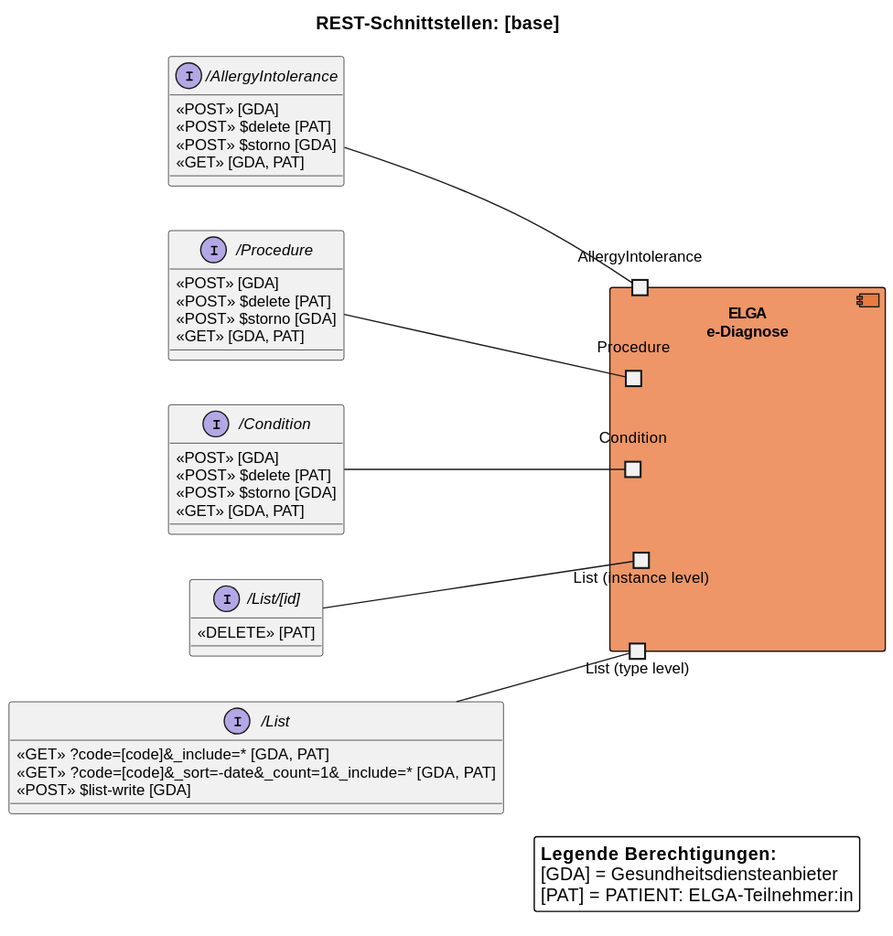
HL7Austria/hl7austria.github.io keeps this PlantUML diagram as r4-ELGA-e-Diagnose-4-lesende-zugriffe-get-vs-operation/plantuml/interaction_overview.svg. Above is the earlier version.
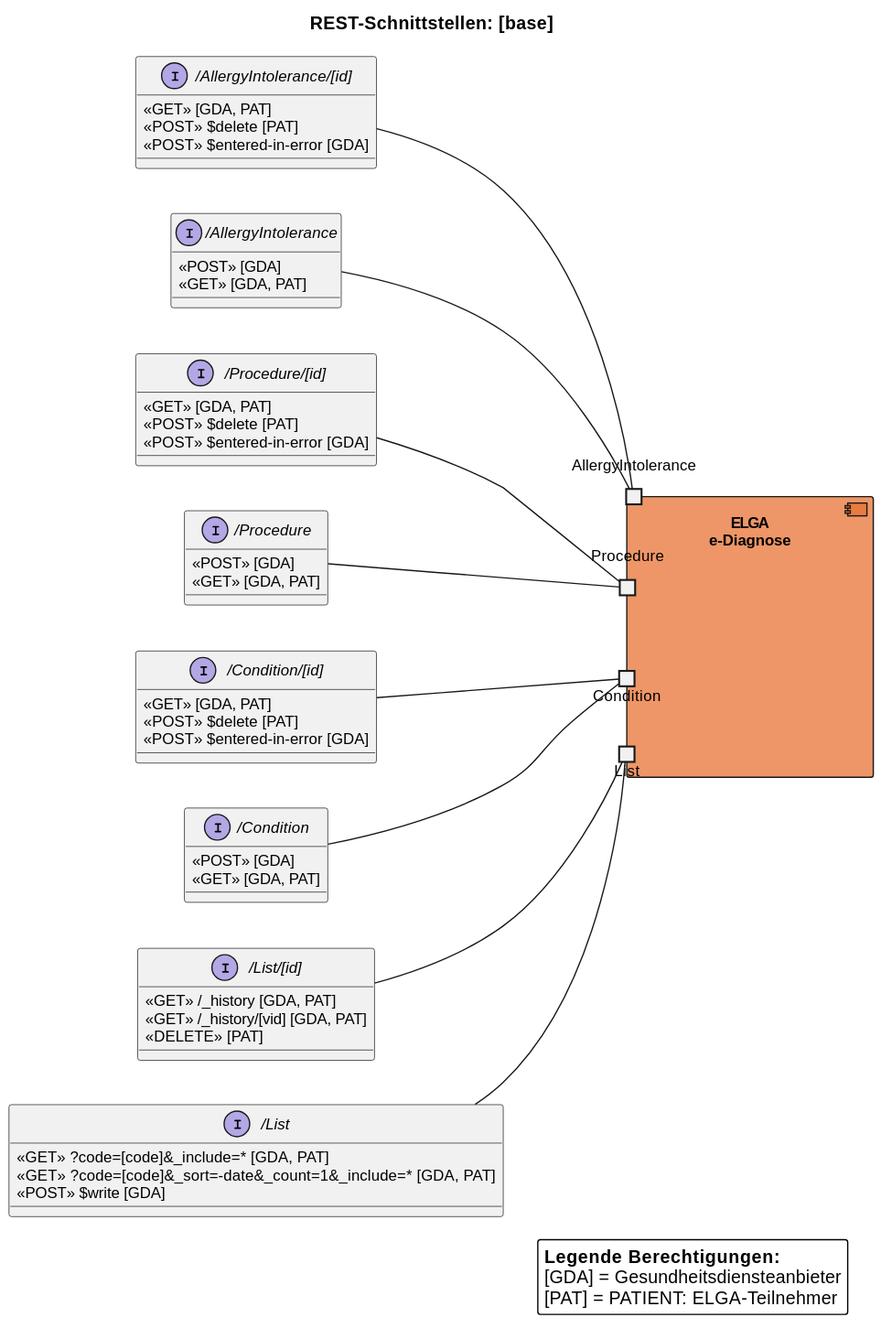
Above is the later version.

The edit, as a diff of the source:
```diff
@@ -32,55 +32,68 @@
 interface "/List" as List_type {
   «GET» ?code=[code]&_include=* [GDA, PAT]
   «GET» ?code=[code]&_sort=-date&_count=1&_include=* [GDA, PAT]
-  «POST» $list-write [GDA]
+  «POST» $write [GDA]
 }
 
 interface "/List/[id]" as List_instance {
+  «GET» /_history [GDA, PAT]
+  «GET» /_history/[vid] [GDA, PAT]
   «DELETE» [PAT]
 }
 
-interface "/Condition" as ICondition {
+interface "/Condition/[id]" as ICondition_instance {
+  «GET» [GDA, PAT]
+  «POST» $delete [PAT]
+  «POST» $entered-in-error [GDA]
+}
+
+interface "/Condition" as ICondition_type {
   «POST» [GDA]
-  «POST» $delete [PAT]
-  «POST» $storno [GDA]
   «GET» [GDA, PAT]
 }
 
-interface "/Procedure" as IProcedure {
+interface "/Procedure/[id]" as IProcedure_instance {
+  «GET» [GDA, PAT]
+  «POST» $delete [PAT]
+  «POST» $entered-in-error [GDA]
+}
+
+interface "/Procedure" as IProcedure_type {
   «POST» [GDA]
-  «POST» $delete [PAT]
-  «POST» $storno [GDA]
   «GET» [GDA, PAT]
 }
 
-interface "/AllergyIntolerance" as IAllergyIntolerance {
+interface "/AllergyIntolerance/[id]" as IAllergyIntolerance_instance {
+  «GET» [GDA, PAT]
+  «POST» $delete [PAT]
+  «POST» $entered-in-error [GDA]
+}
+
+interface "/AllergyIntolerance" as IAllergyIntolerance_type {
   «POST» [GDA]
-  «POST» $delete [PAT]
-  «POST» $storno [GDA]
   «GET» [GDA, PAT]
 }
 
 
 component "ELGA\ne-Diagnose" as Server {
-  port "List (type level)" as p1
-  port "List (instance level)" as p5
+  port "List" as p1
   port "Condition" as p2
   port "Procedure" as p3
   port "AllergyIntolerance" as p4
 }
 
 p1 -up- List_type
-p5 -up- List_instance
-p2 -up- ICondition
-p3 -up- IProcedure
-p4 -up- IAllergyIntolerance
+p1 -up- List_instance
+p2 -up- ICondition_type
+p2 -up- ICondition_instance
+p3 -up- IProcedure_type
+p3 -up- IProcedure_instance
+p4 -up- IAllergyIntolerance_type
+p4 -up- IAllergyIntolerance_instance
 
 legend right
   **Legende Berechtigungen:**
   [GDA] = Gesundheitsdiensteanbieter
-  [PAT] = PATIENT: ELGA-Teilnehmer:in
+  [PAT] = PATIENT: ELGA-Teilnehmer
 end legend
-
-
-
 @enduml
```
